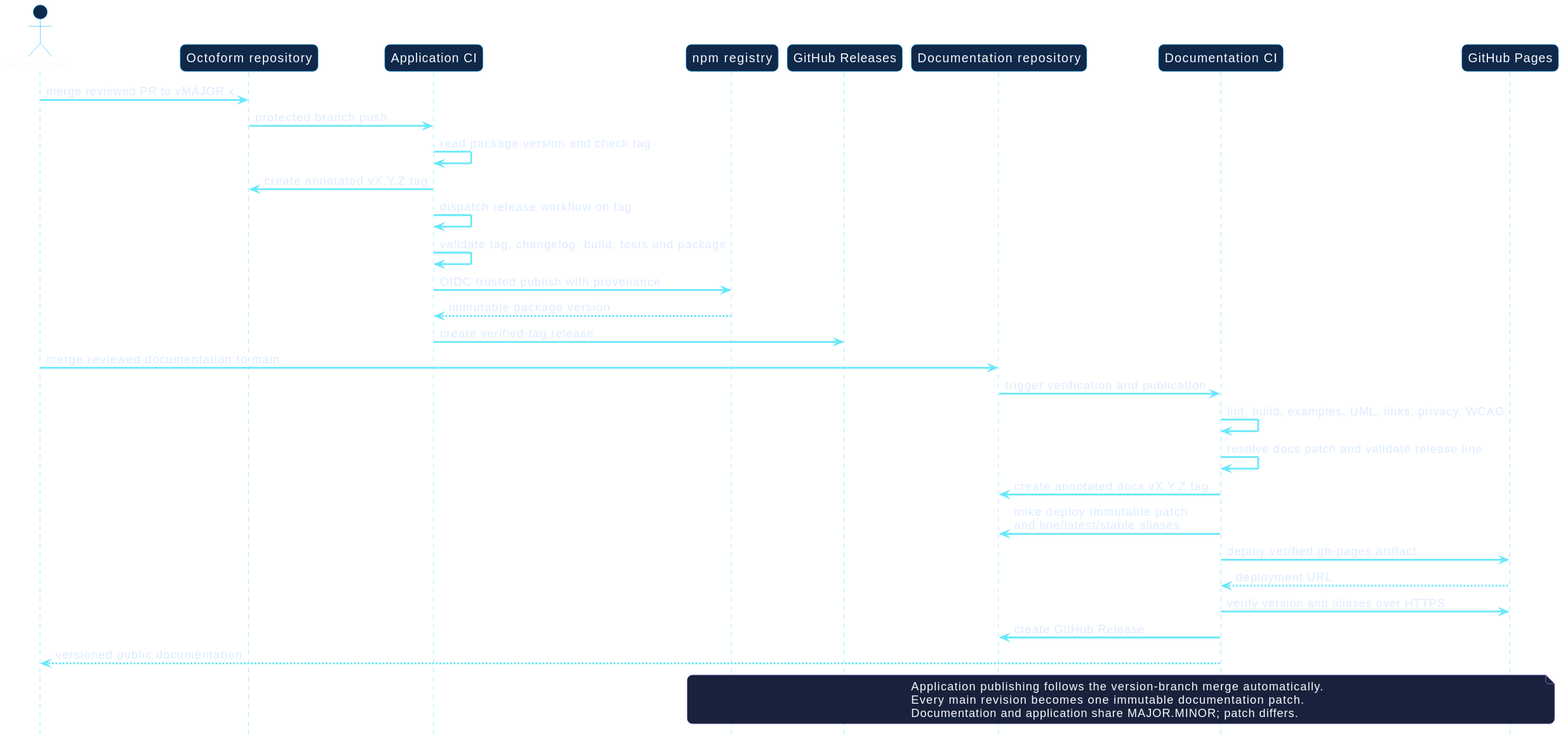
Earlier version of the PlantUML export docs/assets/diagrams/release-pipelines.svg (hector-ae21/octoform-docs).
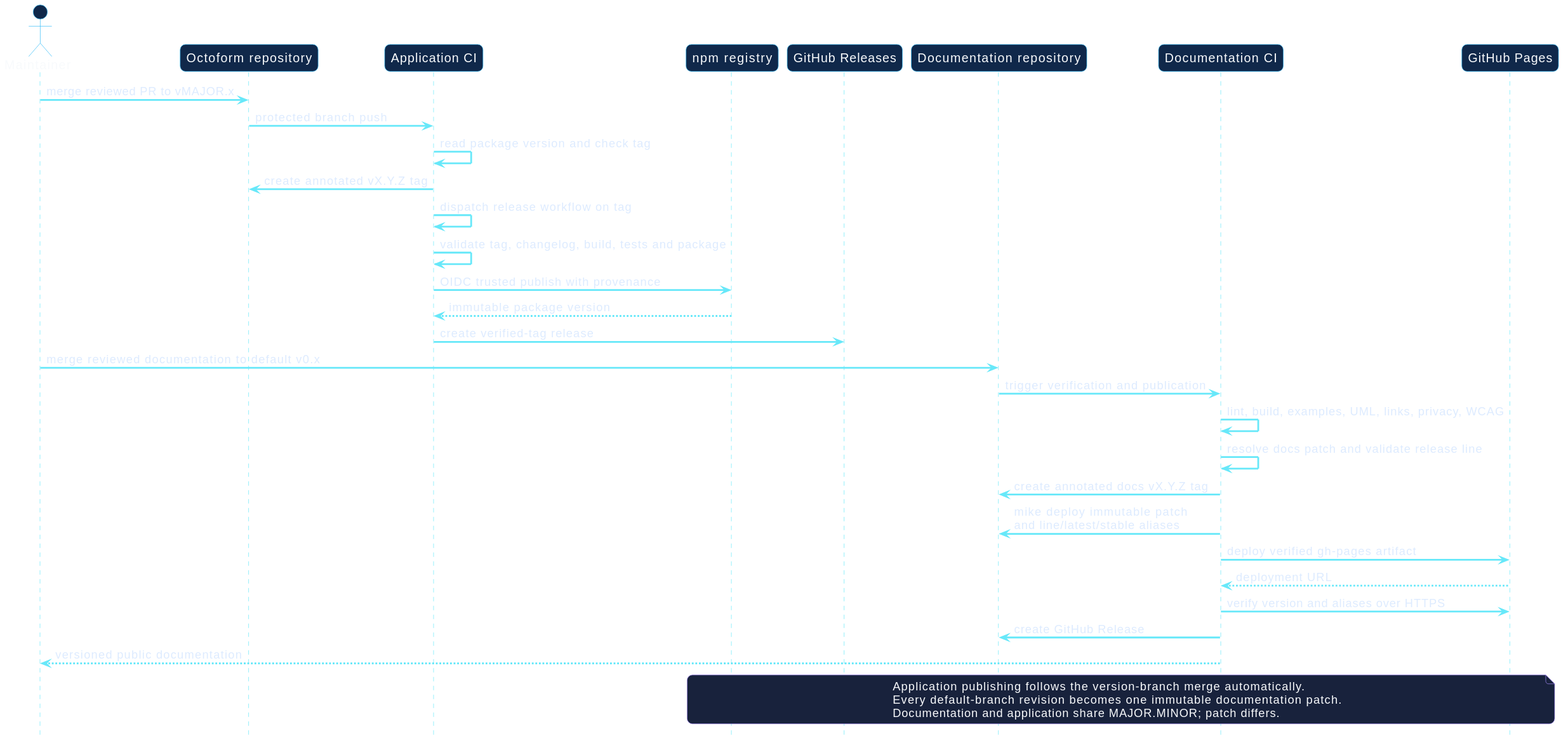
After the change.

Commit message:
fix(release): publish from default version branch

Change to the diagram source:
```diff
@@ -21,7 +21,7 @@
 NPM --> AppCI : immutable package version
 AppCI -> Releases : create verified-tag release
 
-Maintainer -> DocsRepo : merge reviewed documentation to main
+Maintainer -> DocsRepo : merge reviewed documentation to default v0.x
 DocsRepo -> DocsCI : trigger verification and publication
 DocsCI -> DocsCI : lint, build, examples, UML, links, privacy, WCAG
 DocsCI -> DocsCI : resolve docs patch and validate release line
@@ -35,7 +35,7 @@
 
 note over NPM, Pages
   Application publishing follows the version-branch merge automatically.
-  Every main revision becomes one immutable documentation patch.
+  Every default-branch revision becomes one immutable documentation patch.
   Documentation and application share MAJOR.MINOR; patch differs.
 end note
 @enduml
```
